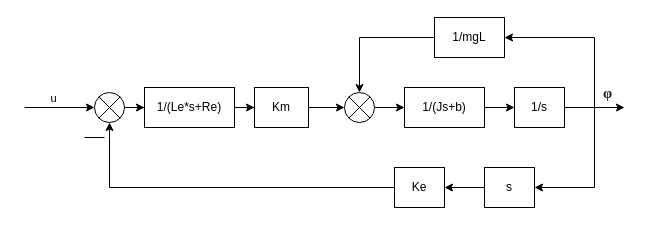
XFORVARDX/Control_system_DC_motor keeps this draw.io diagram as Диаграмма без названия.drawio. Above is the earlier version. Source tidied: cells renumbered, new cells numbered last; positions are measured from the earlier drawing's top-left corner, leaving out a move shared by most shapes. Both pictures are drawn from the tidied source at 100%, with x=0, y=0 at pixel (24, 17).
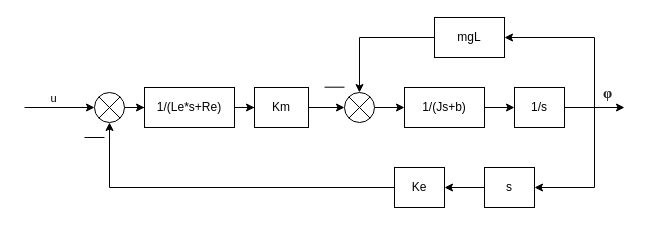
The same diagram, later.

The change refers to these unchanged cells:
```xml
<mxCell id="2" style="group;" parent="1" vertex="1">
  <mxGeometry width="600" height="190" as="geometry" />
</mxCell>
```

Diff of the diagram source:
```diff
@@
-    <mxCell id="19" value="1/mgL" style="rounded=0;whiteSpace=wrap;html=1;" parent="2" vertex="1">
+    <mxCell id="19" value="mgL" style="rounded=0;whiteSpace=wrap;html=1;" parent="2" vertex="1">
       <mxGeometry x="410" width="70" height="40" as="geometry" />
     </mxCell>
@@
+    <mxCell id="27" style="endArrow=none;html=1;rounded=0;" parent="2" edge="1">
+      <mxGeometry relative="1" as="geometry">
+        <mxPoint x="300" y="69.7" as="sourcePoint" />
+        <mxPoint x="320" y="69.7" as="targetPoint" />
+      </mxGeometry>
+    </mxCell>
```
